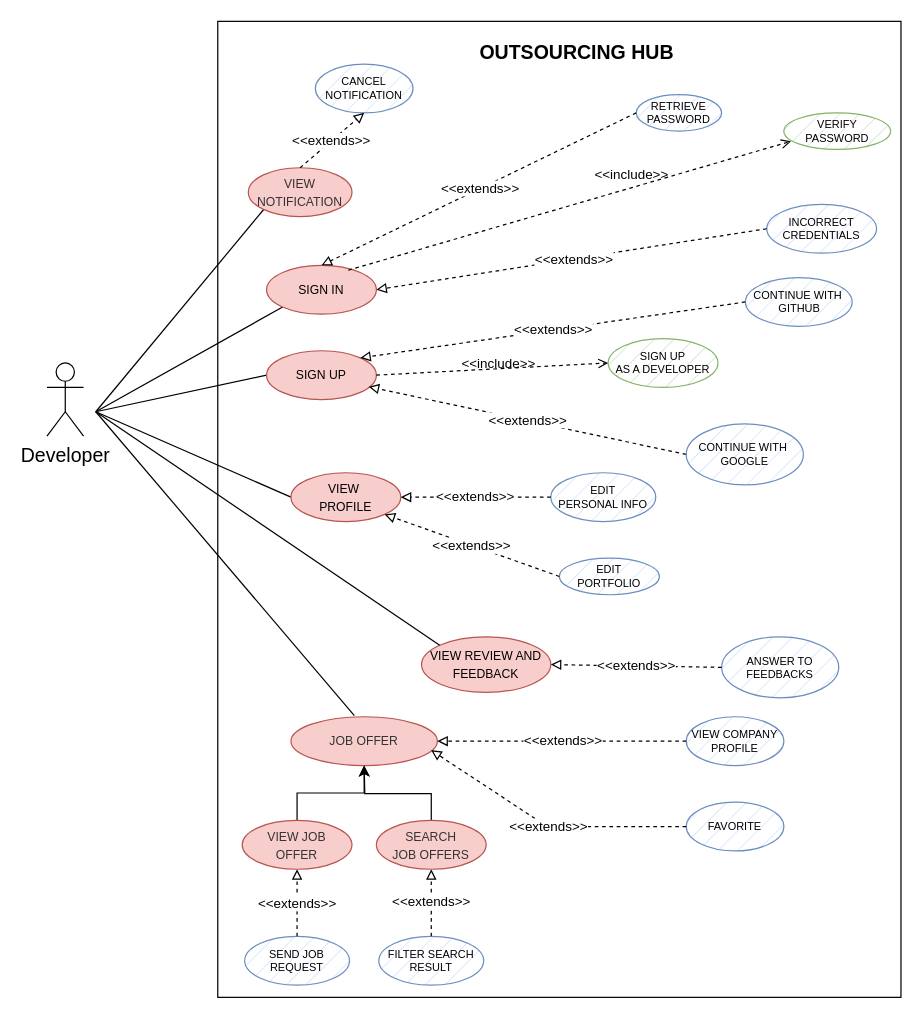
mattiadanisi00/ids keeps this draw.io diagram as use_cases/use_cases_dev.drawio. Above is the earlier version. Source tidied: cells renumbered, new cells numbered last; positions are measured from the earlier drawing's top-left corner, leaving out a move shared by most shapes. Both pictures are drawn from the tidied source at 122%, with x=0, y=0 at pixel (46, 21).
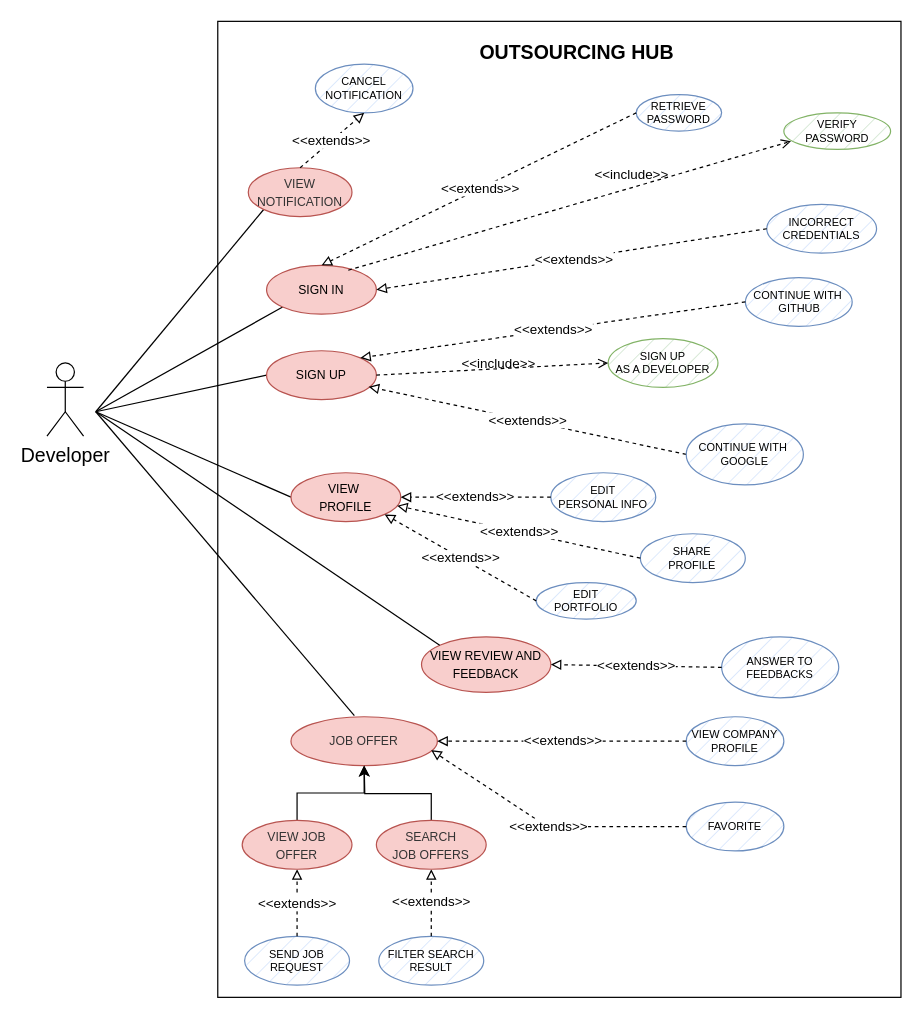
After the change.

Unchanged cells that the change refers to:
```xml
<mxCell id="12" value="&lt;font style=&quot;font-size: 10px;&quot;&gt;VIEW&amp;nbsp;&lt;br&gt;PROFILE&lt;/font&gt;" style="ellipse;whiteSpace=wrap;html=1;fillColor=#f8cecc;strokeColor=#b85450;" parent="1" vertex="1">
  <mxGeometry x="200" y="370" width="90" height="40" as="geometry" />
</mxCell>
```

Diff of the diagram source:
```diff
@@
     <mxCell id="16" value="&lt;font style=&quot;font-size: 9px;&quot;&gt;EDIT&lt;br style=&quot;font-size: 9px;&quot;&gt;PORTFOLIO&lt;br style=&quot;font-size: 9px;&quot;&gt;&lt;/font&gt;" style="ellipse;whiteSpace=wrap;html=1;fillColor=#dae8fc;strokeColor=#6c8ebf;fontSize=9;strokeWidth=1;fillStyle=hatch;" parent="1" vertex="1">
-      <mxGeometry x="420" y="440" width="82" height="30" as="geometry" />
+      <mxGeometry x="401" y="460" width="82" height="30" as="geometry" />
     </mxCell>
@@
+    <mxCell id="49" value="&lt;font style=&quot;font-size: 9px;&quot;&gt;SHARE&lt;br&gt;PROFILE&lt;br style=&quot;font-size: 9px;&quot;&gt;&lt;/font&gt;" style="ellipse;whiteSpace=wrap;html=1;fillColor=#dae8fc;strokeColor=#6c8ebf;fontSize=9;strokeWidth=1;fillStyle=hatch;" parent="1" vertex="1">
+      <mxGeometry x="486.4" y="420" width="86" height="40" as="geometry" />
+    </mxCell>
+    <mxCell id="50" value="&amp;lt;&amp;lt;extends&amp;gt;&amp;gt;" style="endArrow=block;endFill=0;html=1;rounded=0;dashed=1;exitX=0;exitY=0.5;exitDx=0;exitDy=0;entryX=0.967;entryY=0.675;entryDx=0;entryDy=0;entryPerimeter=0;" parent="1" edge="1" source="49" target="12">
+      <mxGeometry relative="1" as="geometry" />
+    </mxCell>
```
